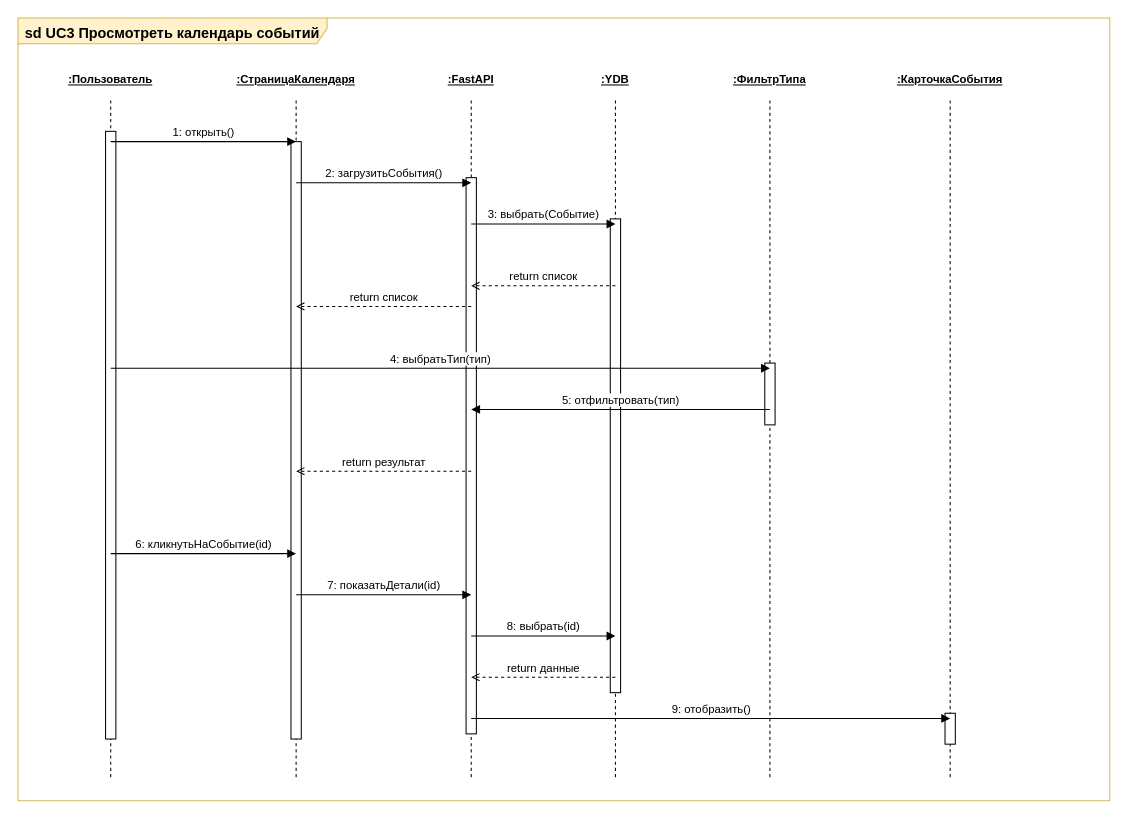
Above: page "UC3 Просмотреть календарь" (3 of 7) of models/SEQUENCE/sequence_diagrams.drawio in Vad1mah/irkutsk-tourism-ias (draw.io), before the change. Source tidied: cells renumbered, new cells numbered last; positions are measured from the earlier drawing's top-left corner, leaving out a move shared by most shapes. Both pictures are drawn from the tidied source at 103%, with x=0, y=0 at pixel (18, 18).
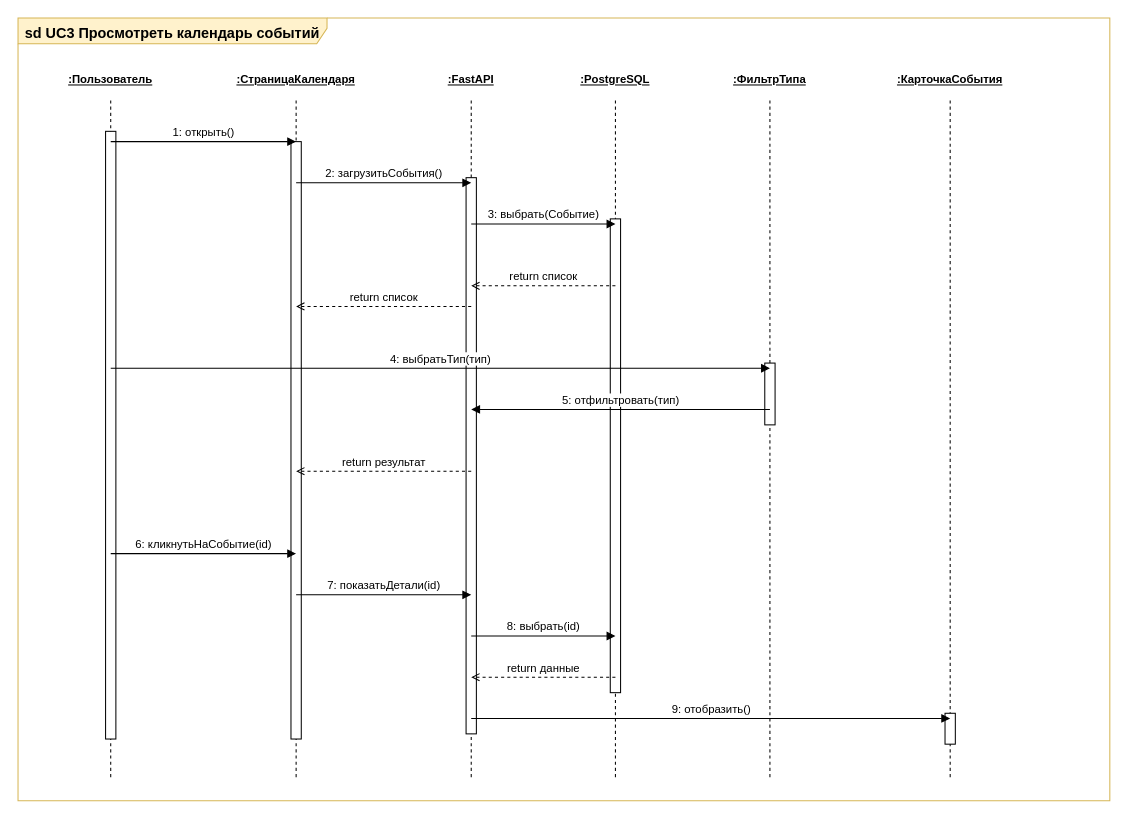
Above is the later version.

What changed in the source:
```diff
@@
-    <mxCell id="6" value=":YDB" style="shape=umlLifeline;perimeter=lifelinePerimeter;whiteSpace=wrap;html=1;participant=1;size=40;participantFillColor=#e1d5e7;participantStrokeColor=#9673a6;fontSize=11;fontStyle=5;" parent="1" vertex="1">
+    <mxCell id="6" value=":PostgreSQL" style="shape=umlLifeline;perimeter=lifelinePerimeter;whiteSpace=wrap;html=1;participant=1;size=40;participantFillColor=#e1d5e7;participantStrokeColor=#9673a6;fontSize=11;fontStyle=5;" parent="1" vertex="1">
       <mxGeometry x="540" y="40" width="80" height="700" as="geometry" />
     </mxCell>
```
